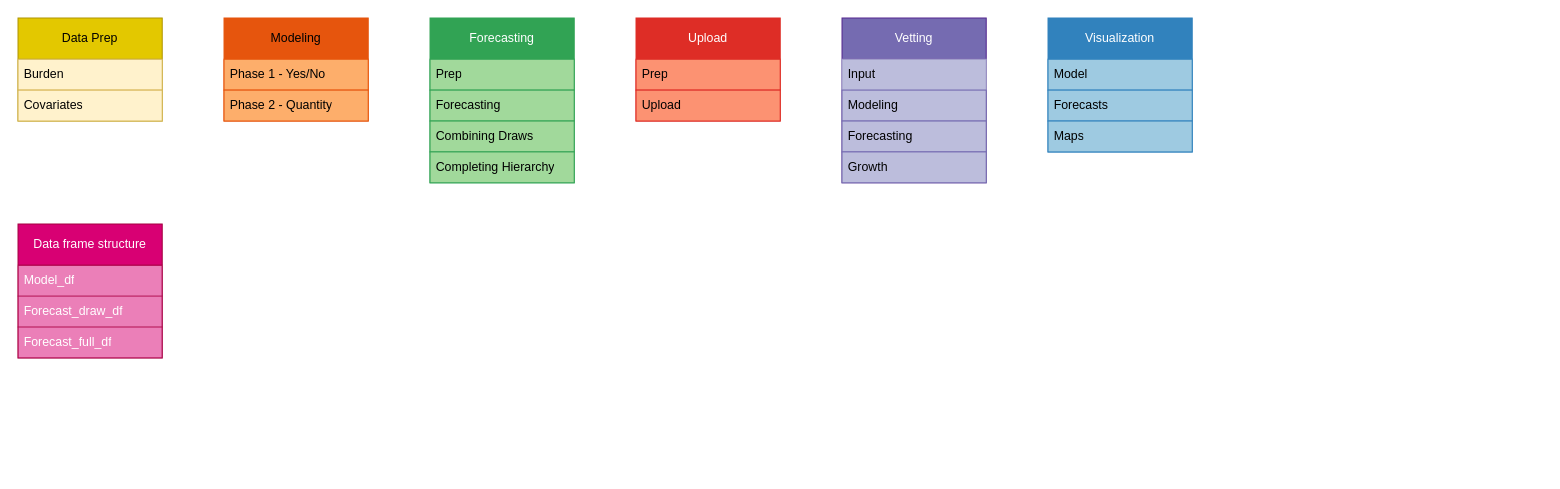
The draw.io diagram docs/idd-forecast-mbp.drawio in ihmeuw/idd-forecast-mbp, before the edit. Source tidied: cells renumbered, new cells numbered last; positions are measured from the earlier drawing's top-left corner, leaving out a move shared by most shapes. Both pictures are drawn from the tidied source at 103%, with x=0, y=0 at pixel (18, 18).
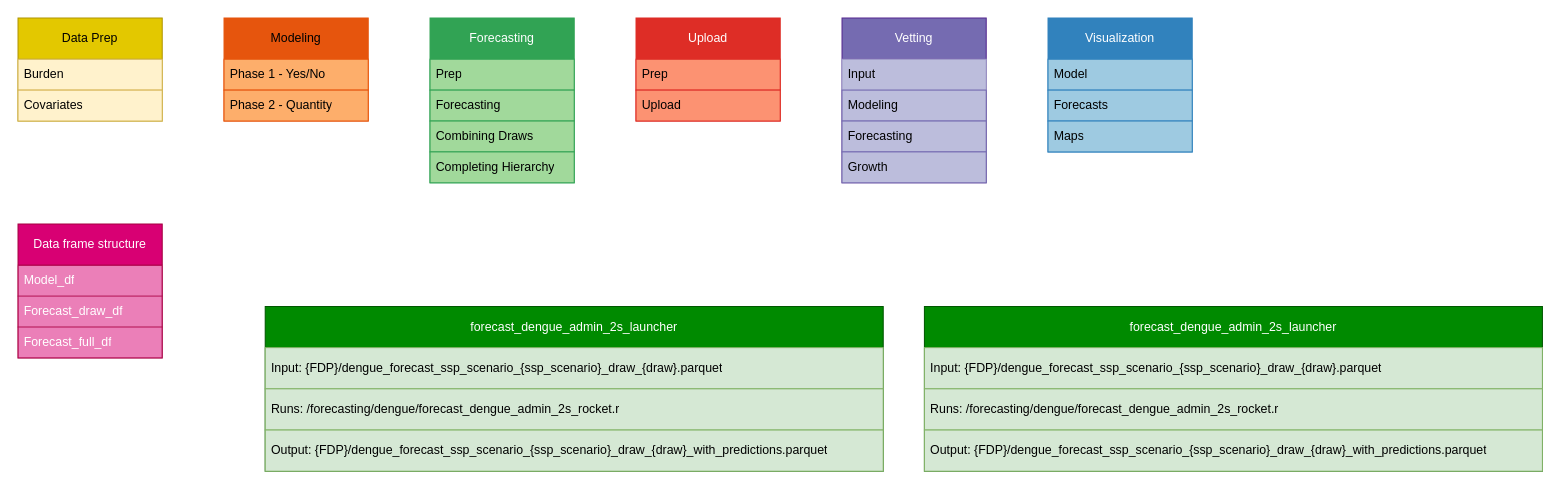
After the change.

Change to the diagram source:
```diff
@@
+    <mxCell id="29" value="forecast_dengue_admin_2s_launcher" style="swimlane;fontStyle=0;horizontal=1;startSize=40;whiteSpace=wrap;html=1;fillColor=#008a00;strokeColor=#005700;fontColor=#ffffff;" parent="1" vertex="1">
+      <mxGeometry x="240" y="280" width="600" height="160" as="geometry" />
+    </mxCell>
+    <mxCell id="30" value="Input:&amp;nbsp;{FDP}/dengue_forecast_ssp_scenario_{ssp_scenario}_draw_{draw}.parquet" style="text;strokeColor=#82b366;fillColor=#d5e8d4;align=left;verticalAlign=middle;spacingLeft=4;spacingRight=4;overflow=hidden;whiteSpace=wrap;html=1;" parent="29" vertex="1">
+      <mxGeometry y="40" width="600" height="40" as="geometry" />
+    </mxCell>
+    <mxCell id="31" value="Runs: /forecasting/dengue/forecast_dengue_admin_2s_rocket.r" style="text;strokeColor=#82b366;fillColor=#d5e8d4;align=left;verticalAlign=middle;spacingLeft=4;spacingRight=4;overflow=hidden;whiteSpace=wrap;html=1;" parent="29" vertex="1">
+      <mxGeometry y="80" width="600" height="40" as="geometry" />
+    </mxCell>
+    <mxCell id="32" value="Output:&amp;nbsp;{FDP}/dengue_forecast_ssp_scenario_{ssp_scenario}_draw_{draw}_with_predictions.parquet" style="text;strokeColor=#82b366;fillColor=#d5e8d4;align=left;verticalAlign=middle;spacingLeft=4;spacingRight=4;overflow=hidden;whiteSpace=wrap;html=1;" parent="29" vertex="1">
+      <mxGeometry y="120" width="600" height="40" as="geometry" />
+    </mxCell>
+    <mxCell id="33" value="forecast_dengue_admin_2s_launcher" style="swimlane;fontStyle=0;horizontal=1;startSize=40;whiteSpace=wrap;html=1;fillColor=#008a00;strokeColor=#005700;fontColor=#ffffff;" parent="1" vertex="1">
+      <mxGeometry x="880" y="280" width="600" height="160" as="geometry" />
+    </mxCell>
+    <mxCell id="34" value="Input:&amp;nbsp;{FDP}/dengue_forecast_ssp_scenario_{ssp_scenario}_draw_{draw}.parquet" style="text;strokeColor=#82b366;fillColor=#d5e8d4;align=left;verticalAlign=middle;spacingLeft=4;spacingRight=4;overflow=hidden;whiteSpace=wrap;html=1;" parent="33" vertex="1">
+      <mxGeometry y="40" width="600" height="40" as="geometry" />
+    </mxCell>
+    <mxCell id="35" value="Runs: /forecasting/dengue/forecast_dengue_admin_2s_rocket.r" style="text;strokeColor=#82b366;fillColor=#d5e8d4;align=left;verticalAlign=middle;spacingLeft=4;spacingRight=4;overflow=hidden;whiteSpace=wrap;html=1;" parent="33" vertex="1">
+      <mxGeometry y="80" width="600" height="40" as="geometry" />
+    </mxCell>
+    <mxCell id="36" value="Output:&amp;nbsp;{FDP}/dengue_forecast_ssp_scenario_{ssp_scenario}_draw_{draw}_with_predictions.parquet" style="text;strokeColor=#82b366;fillColor=#d5e8d4;align=left;verticalAlign=middle;spacingLeft=4;spacingRight=4;overflow=hidden;whiteSpace=wrap;html=1;" parent="33" vertex="1">
+      <mxGeometry y="120" width="600" height="40" as="geometry" />
+    </mxCell>
```
